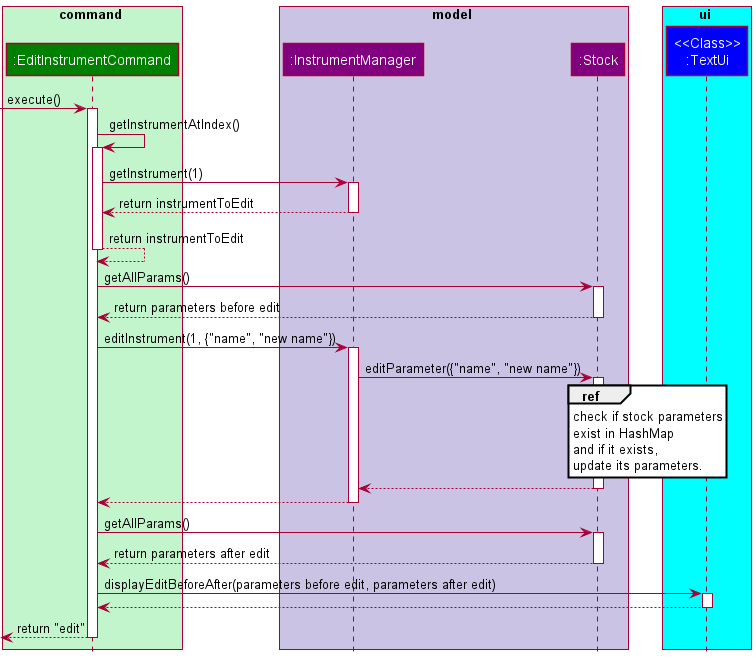
Earlier version of the PlantUML export docs/images/EditExecuteSequenceDiagram.png (williamlamjy/mTracker). Its diagram source:
```plantuml
@startuml
!include Styles.puml

box command COLOR_FAINT_GREEN
participant ":EditInstrumentCommand" as EditInstrumentCommand COLOR_COMMANDS
end box

box model COLOR_MODEL_SEGMENT
participant ":InstrumentManager" as InstrumentManager COLOR_MODEL
participant ":Stock" as Instrument COLOR_MODEL
end box

box ui COLOR_LIGHT_BLUE
participant "<<Class>>\n:TextUi" as TextUi COLOR_UI
end box

[->EditInstrumentCommand:execute()
activate EditInstrumentCommand

EditInstrumentCommand -> EditInstrumentCommand: getInstrumentAtIndex()
activate EditInstrumentCommand
EditInstrumentCommand-> InstrumentManager: getInstrument(1)
activate InstrumentManager
InstrumentManager--> EditInstrumentCommand: return instrumentToEdit
deactivate InstrumentManager
EditInstrumentCommand--> EditInstrumentCommand: return instrumentToEdit
deactivate EditInstrumentCommand


EditInstrumentCommand -> Instrument: getAllParams()
activate Instrument
Instrument --> EditInstrumentCommand: return parameters before edit
deactivate Instrument

EditInstrumentCommand-> InstrumentManager: editInstrument(1, {"name", "new name"})
activate InstrumentManager

InstrumentManager -> Instrument: editParameter({"name", "new name"})
activate Instrument

ref over Instrument
check if stock parameters
exist in HashMap
and if it exists,
update its parameters.
endref

Instrument --> InstrumentManager
deactivate Instrument

InstrumentManager --> EditInstrumentCommand
deactivate InstrumentManager

EditInstrumentCommand -> Instrument: getAllParams()
activate Instrument
Instrument --> EditInstrumentCommand: return parameters after edit
deactivate Instrument

EditInstrumentCommand-> TextUi: displayEditBeforeAfter(parameters before edit, parameters after edit)
activate TextUi

TextUi --> EditInstrumentCommand
deactivate TextUi

[<--EditInstrumentCommand: return "edit"
deactivate EditInstrumentCommand

@enduml
```
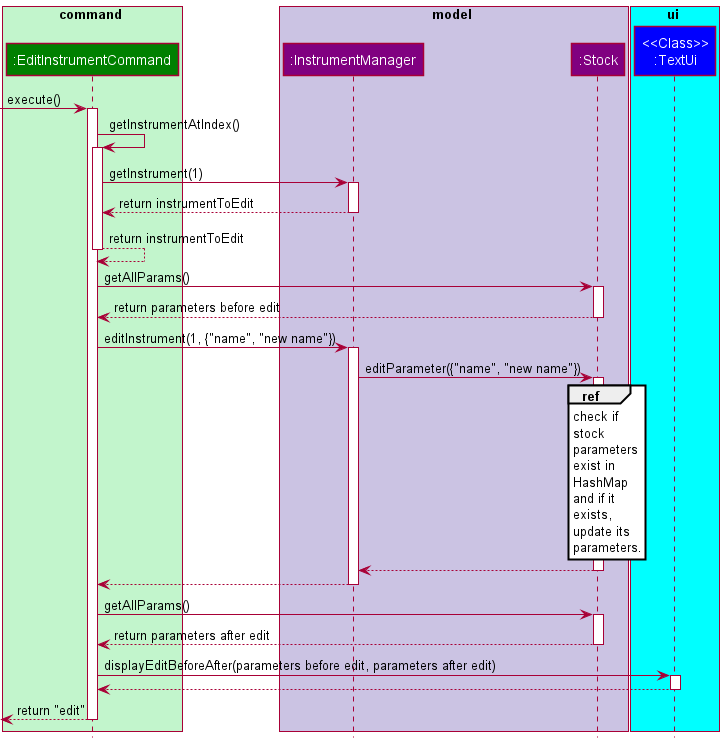
Above is the later version.

Change to the diagram source:
```diff
@@ -39,10 +39,15 @@
 activate Instrument
 
 ref over Instrument
-check if stock parameters
-exist in HashMap
-and if it exists,
-update its parameters.
+check if
+stock
+parameters
+exist in
+HashMap
+and if it
+exists,
+update its
+parameters.
 endref
 
 Instrument --> InstrumentManager
```
